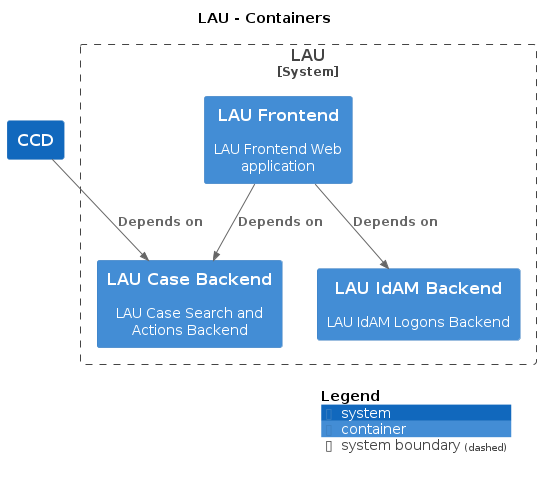
Before: docs/c4/lau/images/structurizr-lau-overview.png, a diagram exported from PlantUML (hmcts/cnp-api-docs).
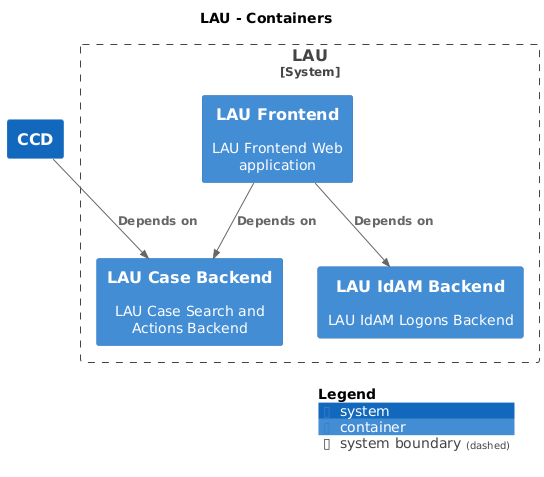
After the change.

The edit, as a diff of the source:
```diff
@@ -16,9 +16,9 @@
   Container(LAU.LAUFrontend, "LAU Frontend", $techn="", $descr="LAU Frontend Web application", $tags="", $link="")
 }
 
-Rel_D(LAU.LAUFrontend, LAU.LAUCaseBackend, "Depends on", $techn="", $tags="", $link="")
-Rel_D(LAU.LAUFrontend, LAU.LAUIdAMBackend, "Depends on", $techn="", $tags="", $link="")
-Rel_D(CCD, LAU.LAUCaseBackend, "Depends on", $techn="", $tags="", $link="")
+Rel(LAU.LAUFrontend, LAU.LAUCaseBackend, "Depends on", $techn="", $tags="", $link="")
+Rel(LAU.LAUFrontend, LAU.LAUIdAMBackend, "Depends on", $techn="", $tags="", $link="")
+Rel(CCD, LAU.LAUCaseBackend, "Depends on", $techn="", $tags="", $link="")
 
 SHOW_DYNAMIC_LEGEND()
 @enduml
```
